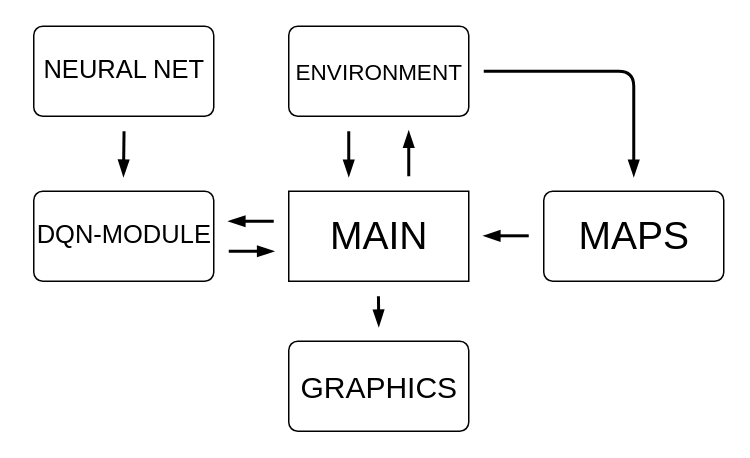
This is program_structure.drawio from HolgerStenberg/KTH_KEX-jobb_2021, a draw.io file, before an edit. Source tidied: cells renumbered, new cells numbered last; positions are measured from the earlier drawing's top-left corner, leaving out a move shared by most shapes. Both pictures are drawn from the tidied source at 150%, with x=0, y=0 at pixel (26, 26).
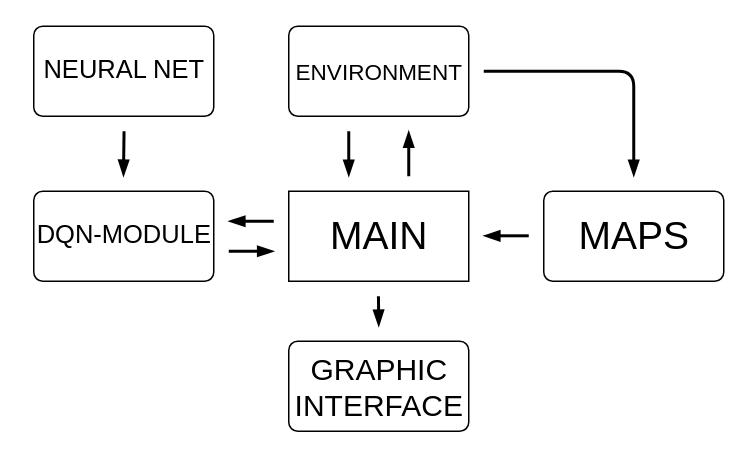
After the change.

What changed in the source:
```diff
@@
-    <mxCell id="19" value="GRAPHICS" style="text;html=1;align=center;verticalAlign=middle;strokeColor=none;fontSize=20;" parent="1" vertex="1">
-      <mxGeometry x="175" y="225" width="120" height="30" as="geometry" />
+    <mxCell id="19" value="GRAPHIC&lt;br&gt;INTERFACE" style="text;html=1;align=center;verticalAlign=middle;strokeColor=none;fontSize=20;" parent="1" vertex="1">
+      <mxGeometry x="170" y="215" width="130" height="50" as="geometry" />
     </mxCell>
```
